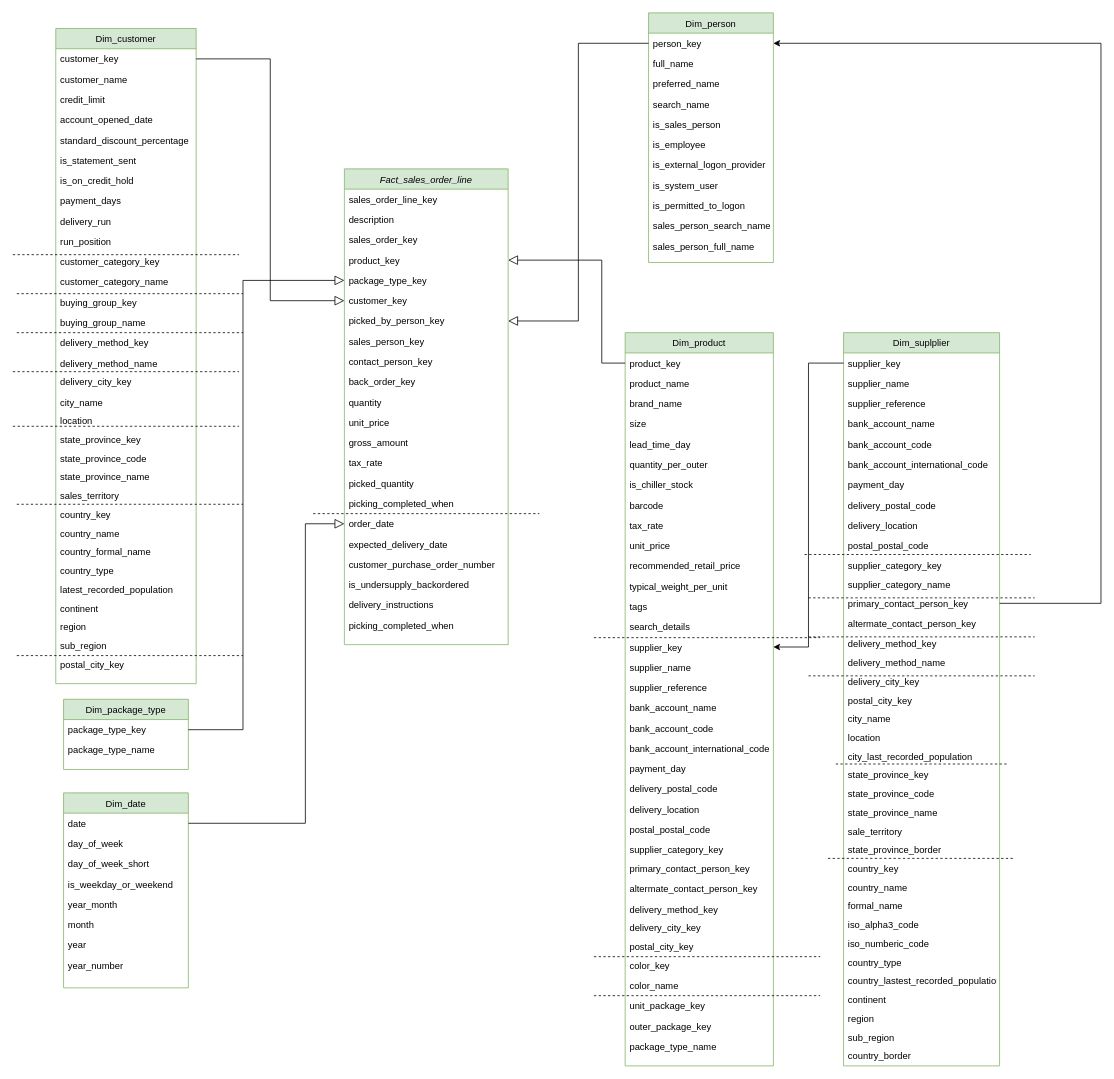
Above: Untitled Diagram.drawio in DucTran3110/data_warehouse_course (draw.io), before the change. Source tidied: cells renumbered, new cells numbered last; positions are measured from the earlier drawing's top-left corner, leaving out a move shared by most shapes. Both pictures are drawn from the tidied source at 78%, with x=0, y=0 at pixel (12, 12).
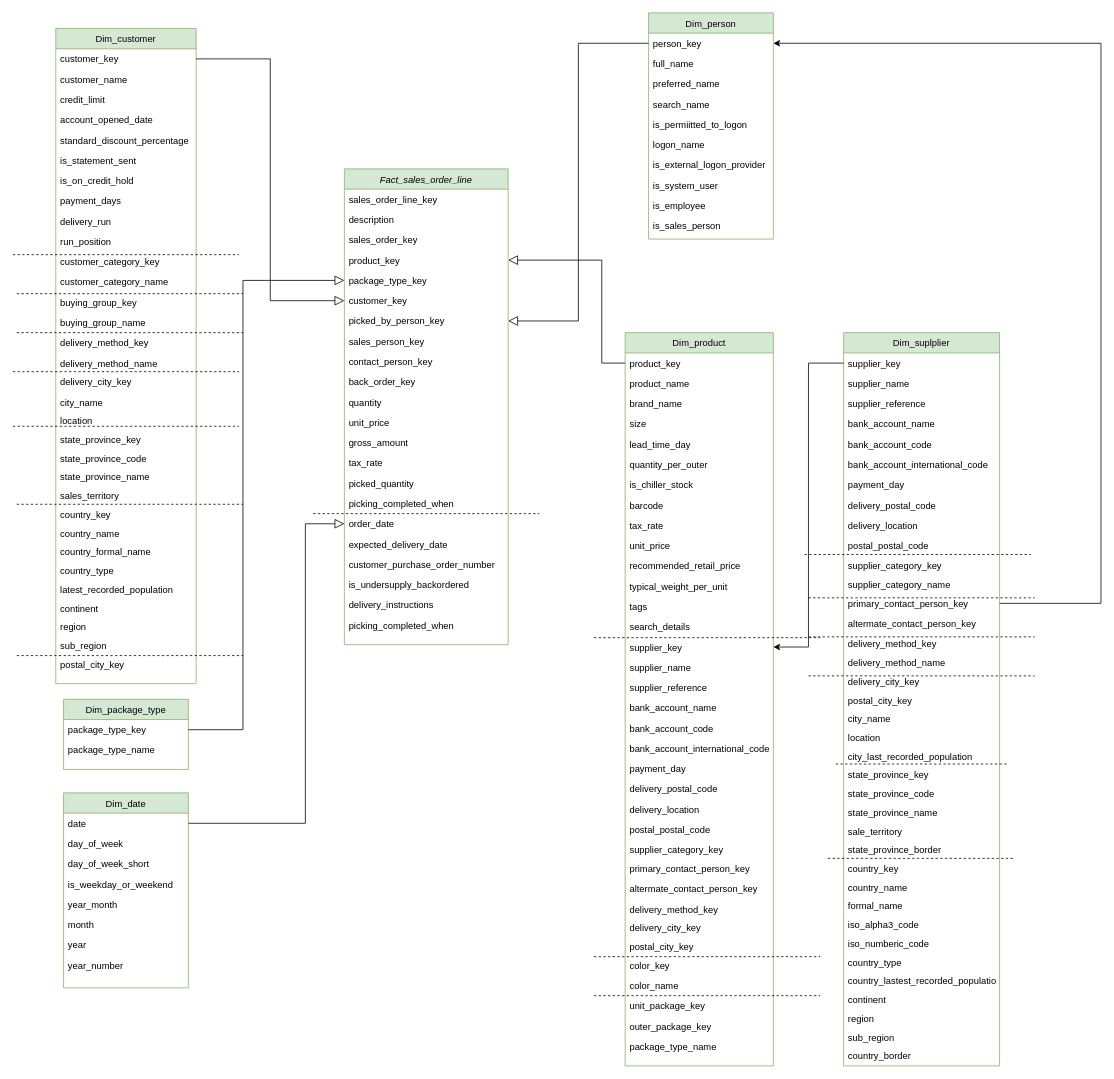
Above is the later version.

Change to the diagram source:
```diff
@@
     <mxCell id="60" value="Dim_person" style="swimlane;fontStyle=0;align=center;verticalAlign=top;horizontal=1;startSize=26;rounded=0;shadow=0;strokeWidth=1;fillColor=#d5e8d4;strokeColor=#82b366;" parent="1" vertex="1">
-      <mxGeometry x="815" width="160" height="320" as="geometry" />
+      <mxGeometry x="815" width="160" height="290" as="geometry" />
     </mxCell>
@@
-    <mxCell id="65" value="is_sales_person" style="text;align=left;verticalAlign=top;spacingLeft=4;spacingRight=4;overflow=hidden;rounded=0;shadow=0;html=0;" parent="60" vertex="1">
-      <mxGeometry y="130" width="160" height="26" as="geometry" />
-    </mxCell>
-    <mxCell id="66" value="is_employee" style="text;align=left;verticalAlign=top;spacingLeft=4;spacingRight=4;overflow=hidden;rounded=0;shadow=0;html=0;" parent="60" vertex="1">
-      <mxGeometry y="156" width="160" height="26" as="geometry" />
-    </mxCell>
+    <mxCell id="180" value="is_permiitted_to_logon" style="text;align=left;verticalAlign=top;spacingLeft=4;spacingRight=4;overflow=hidden;" parent="60" vertex="1">
+      <mxGeometry y="130" width="160" height="26" as="geometry" />
+    </mxCell>
+    <mxCell id="181" value="logon_name" style="text;align=left;verticalAlign=top;spacingLeft=4;spacingRight=4;overflow=hidden;" parent="60" vertex="1">
+      <mxGeometry y="156" width="160" height="26" as="geometry" />
+    </mxCell>
@@
-    <mxCell id="69" value="is_permitted_to_logon" style="text;align=left;verticalAlign=top;spacingLeft=4;spacingRight=4;overflow=hidden;rounded=0;shadow=0;html=0;" parent="60" vertex="1">
-      <mxGeometry y="234" width="160" height="26" as="geometry" />
-    </mxCell>
-    <mxCell id="70" value="sales_person_search_name" style="text;align=left;verticalAlign=top;spacingLeft=4;spacingRight=4;overflow=hidden;rounded=0;shadow=0;html=0;" parent="60" vertex="1">
-      <mxGeometry y="260" width="160" height="26" as="geometry" />
-    </mxCell>
-    <mxCell id="71" value="sales_person_full_name" style="text;align=left;verticalAlign=top;spacingLeft=4;spacingRight=4;overflow=hidden;rounded=0;shadow=0;html=0;" parent="60" vertex="1">
-      <mxGeometry y="286" width="160" height="26" as="geometry" />
-    </mxCell>
+    <mxCell id="66" value="is_employee" style="text;align=left;verticalAlign=top;spacingLeft=4;spacingRight=4;overflow=hidden;rounded=0;shadow=0;html=0;" parent="60" vertex="1">
+      <mxGeometry y="234" width="160" height="26" as="geometry" />
+    </mxCell>
+    <mxCell id="65" value="is_sales_person" style="text;align=left;verticalAlign=top;spacingLeft=4;spacingRight=4;overflow=hidden;rounded=0;shadow=0;html=0;" parent="60" vertex="1">
+      <mxGeometry y="260" width="160" height="26" as="geometry" />
+    </mxCell>
```
